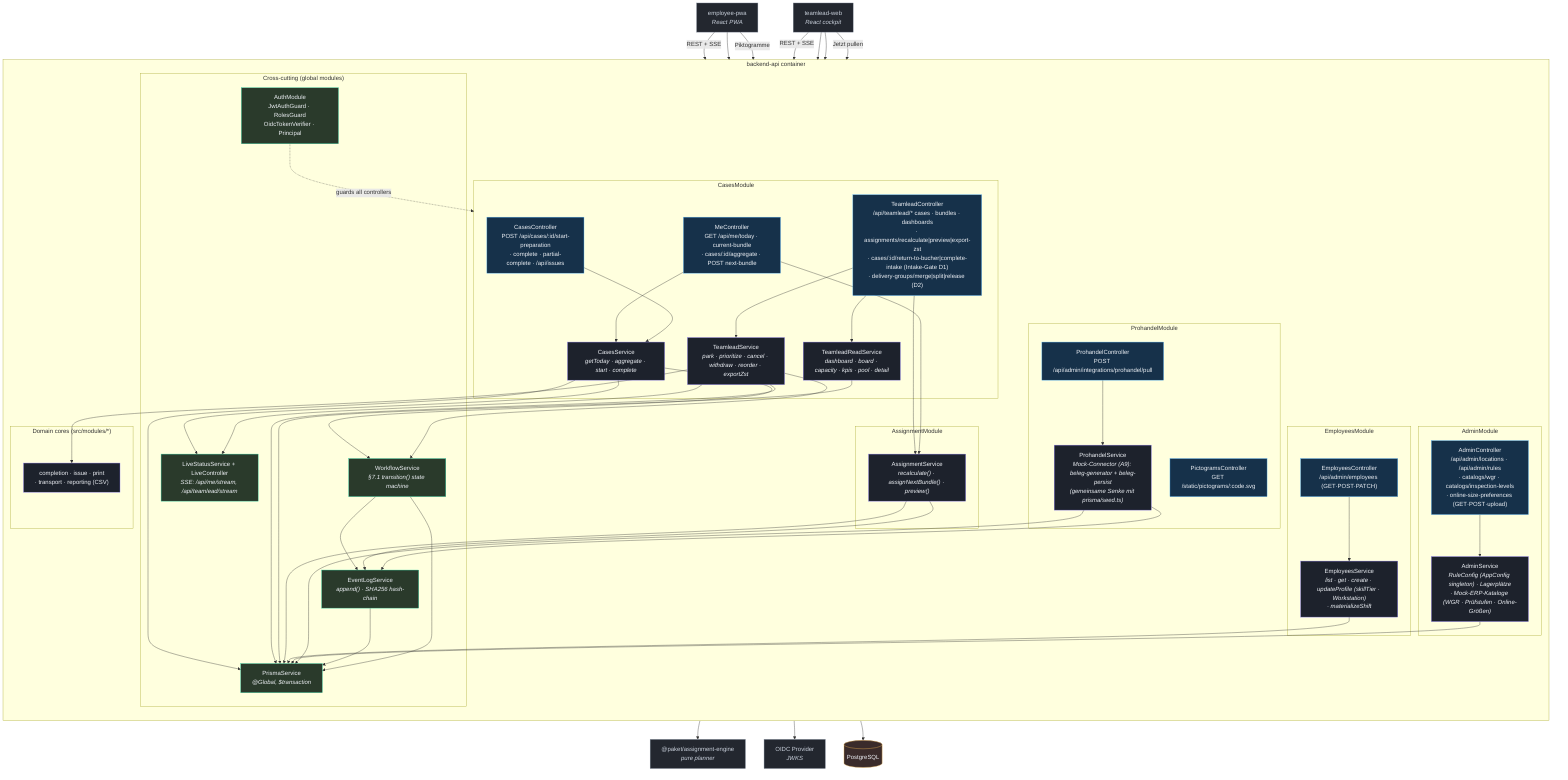
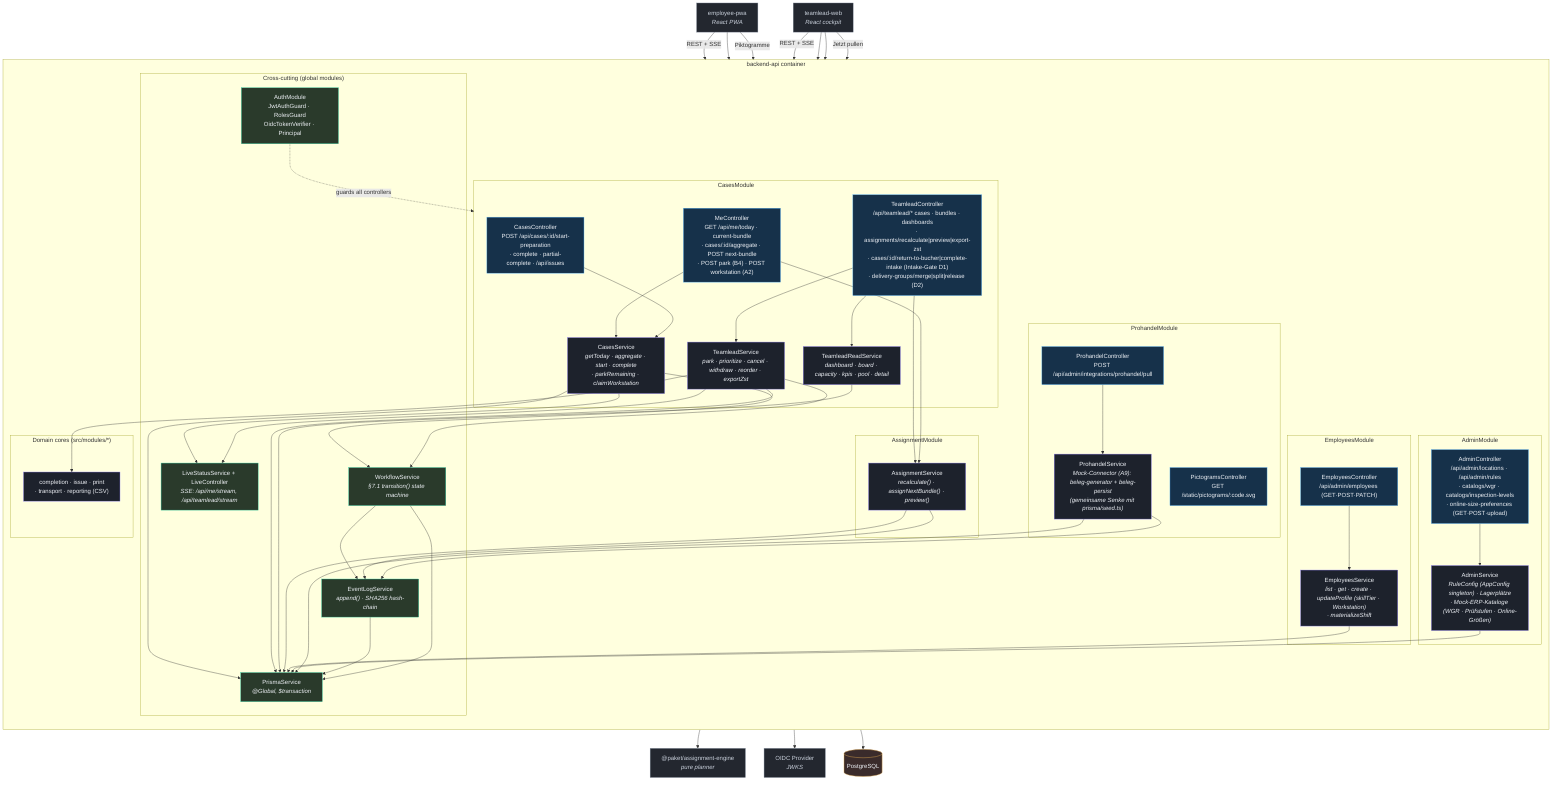
%% C4 Level 3 — Components: backend-api (NestJS on Fastify)
%% Verified against apps/backend-api/src/* (app.module.ts, cases/, assignment/, employees/,
%% admin/, prohandel/, workflow/, events/, live/, auth/, prisma/, health/, openapi/).
flowchart TB
    classDef ctrl fill:#16314a,stroke:#56b6ff,color:#eef1f6;
    classDef svc fill:#1d222c,stroke:#8b7cf6,color:#eef1f6;
    classDef cross fill:#2a3a2b,stroke:#2dd4a7,color:#eef1f6;
    classDef ext fill:#23272f,stroke:#7c8696,color:#cbd2dd;
    classDef store fill:#3a2b2b,stroke:#f5b955,color:#eef1f6;

    pwa["employee-pwa<br/><i>React PWA</i>"]:::ext
    web["teamlead-web<br/><i>React cockpit</i>"]:::ext
    oidc["OIDC Provider<br/><i>JWKS</i>"]:::ext
    db[("PostgreSQL")]:::store
    enginePkg["@paket/assignment-engine<br/><i>pure planner</i>"]:::ext

    subgraph api["backend-api container"]
        direction TB

        subgraph crosscut["Cross-cutting (global modules)"]
            auth["AuthModule<br/>JwtAuthGuard · RolesGuard<br/>OidcTokenVerifier · Principal"]:::cross
            prisma["PrismaService<br/><i>@Global, $transaction</i>"]:::cross
            events["EventLogService<br/><i>append() · SHA256 hash-chain</i>"]:::cross
            workflow["WorkflowService<br/><i>§7.1 transition() state machine</i>"]:::cross
            live["LiveStatusService + LiveController<br/><i>SSE: /api/me/stream, /api/teamlead/stream</i>"]:::cross
        end

        subgraph cases["CasesModule"]
-             meCtrl["MeController<br/>GET /api/me/today · current-bundle<br/>· cases/:id/aggregate · POST next-bundle"]:::ctrl
+             meCtrl["MeController<br/>GET /api/me/today · current-bundle<br/>· cases/:id/aggregate · POST next-bundle<br/>· POST park (B4) · POST workstation (A2)"]:::ctrl
            casesCtrl["CasesController<br/>POST /api/cases/:id/start-preparation<br/>· complete · partial-complete · /api/issues"]:::ctrl
            tlCtrl["TeamleadController<br/>/api/teamlead/* cases · bundles · dashboards<br/>· assignments/recalculate|preview|export-zst<br/>· cases/:id/return-to-bucher|complete-intake (Intake-Gate D1)<br/>· delivery-groups/merge|split|release (D2)"]:::ctrl
-             casesSvc["CasesService<br/><i>getToday · aggregate · start · complete</i>"]:::svc
+             casesSvc["CasesService<br/><i>getToday · aggregate · start · complete<br/>· parkRemaining · claimWorkstation</i>"]:::svc
            tlSvc["TeamleadService<br/><i>park · prioritize · cancel · withdraw · reorder · exportZst</i>"]:::svc
            tlRead["TeamleadReadService<br/><i>dashboard · board · capacity · kpis · pool · detail</i>"]:::svc
        end

        subgraph assignment["AssignmentModule"]
            asgSvc["AssignmentService<br/><i>recalculate() · assignNextBundle() · preview()</i>"]:::svc
        end

        subgraph empl["EmployeesModule"]
            emplCtrl["EmployeesController<br/>/api/admin/employees (GET·POST·PATCH)"]:::ctrl
            emplSvc["EmployeesService<br/><i>list · get · create · updateProfile (skillTier · Workstation)<br/>· materializeShift</i>"]:::svc
        end

        subgraph adminMod["AdminModule"]
            adminCtrl["AdminController<br/>/api/admin/locations · /api/admin/rules<br/>· catalogs/wgr · catalogs/inspection-levels<br/>· online-size-preferences (GET·POST·upload)"]:::ctrl
            adminSvc["AdminService<br/><i>RuleConfig (AppConfig singleton) · Lagerplätze<br/>· Mock-ERP-Kataloge (WGR · Prüfstufen · Online-Größen)</i>"]:::svc
        end

        subgraph prohandel["ProhandelModule"]
            phCtrl["ProhandelController<br/>POST /api/admin/integrations/prohandel/pull"]:::ctrl
            pictoCtrl["PictogramsController<br/>GET /static/pictograms/:code.svg"]:::ctrl
            phSvc["ProhandelService<br/><i>Mock-Connector (A9): beleg-generator + beleg-persist<br/>(gemeinsame Senke mit prisma/seed.ts)</i>"]:::svc
        end

        subgraph dom["Domain cores (src/modules/*)"]
            mods["completion · issue · print<br/>· transport · reporting (CSV)"]:::svc
        end
    end

    pwa -->|"REST + SSE"| meCtrl
    pwa --> casesCtrl
    pwa -->|"Piktogramme"| pictoCtrl
    web -->|"REST + SSE"| tlCtrl
    web --> emplCtrl
    web --> adminCtrl
    web -->|"Jetzt pullen"| phCtrl

    meCtrl --> casesSvc
    casesCtrl --> casesSvc
    tlCtrl --> tlSvc
    tlCtrl --> tlRead
    tlCtrl --> asgSvc
    meCtrl --> asgSvc
    emplCtrl --> emplSvc
    adminCtrl --> adminSvc
    phCtrl --> phSvc

    casesSvc --> workflow
    tlSvc --> workflow
    workflow --> events
    casesSvc --> live
    tlSvc --> live
    asgSvc --> enginePkg
    asgSvc --> events
    phSvc --> events
    tlSvc --> mods

    auth -. "guards all controllers" .-> cases
    auth --> oidc
    casesSvc --> prisma
    tlSvc --> prisma
    tlRead --> prisma
    asgSvc --> prisma
    emplSvc --> prisma
    adminSvc --> prisma
    phSvc --> prisma
    events --> prisma
    workflow --> prisma
    prisma --> db
